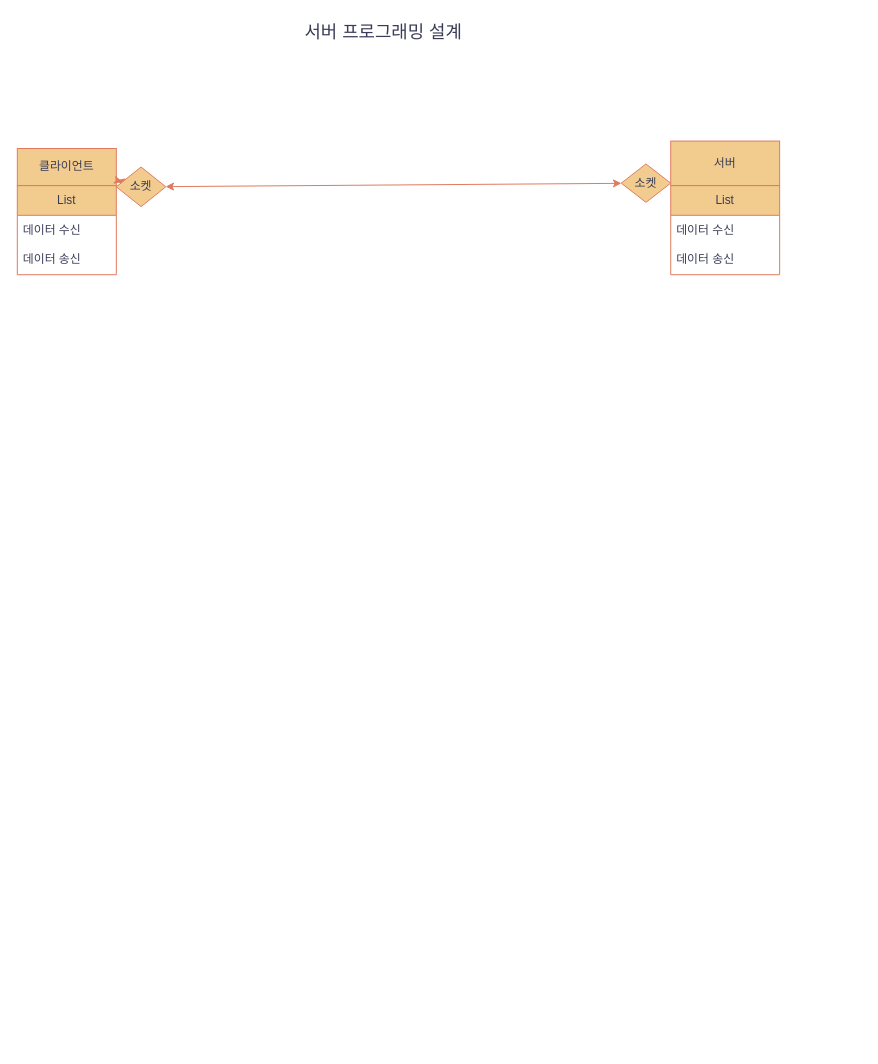
Before: Chat_Diagram.drawio in jh051777/chat, a draw.io diagram. Source tidied: cells renumbered, new cells numbered last; positions are measured from the earlier drawing's top-left corner, leaving out a move shared by most shapes. Both pictures are drawn from the tidied source at 99%, with x=0, y=0 at pixel (17, 17).
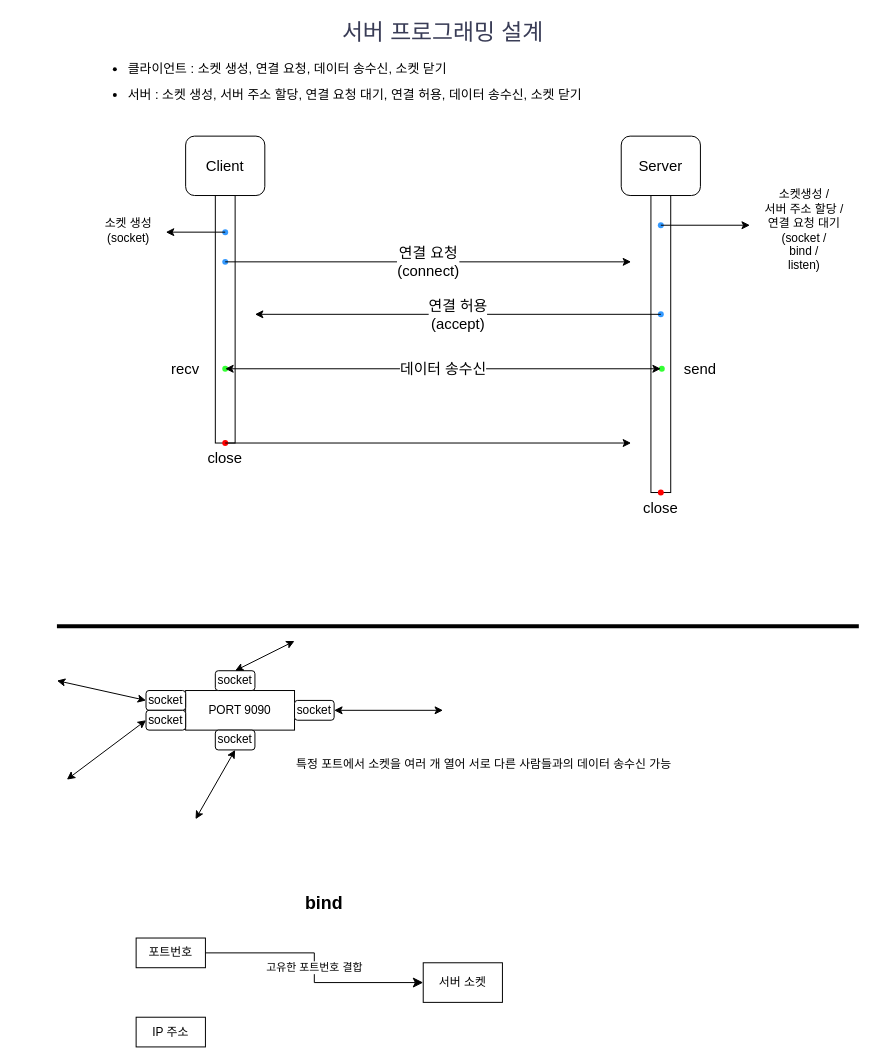
After the change.

What changed in the source:
```diff
@@
-    <mxCell id="2" value="&lt;font style=&quot;font-size: 18px;&quot;&gt;서버 프로그래밍 설계&lt;/font&gt;" style="text;strokeColor=none;align=center;fillColor=none;html=1;verticalAlign=middle;whiteSpace=wrap;rounded=0;labelBackgroundColor=none;fontColor=#393C56;" parent="1" vertex="1">
-      <mxGeometry x="270" width="200" height="30" as="geometry" />
+    <mxCell id="2" value="&lt;font style=&quot;font-size: 23px;&quot;&gt;서버 프로그래밍 설계&lt;/font&gt;" style="text;strokeColor=none;align=center;fillColor=none;html=1;verticalAlign=middle;whiteSpace=wrap;rounded=0;labelBackgroundColor=none;fontColor=#393C56;fontSize=23;" parent="1" vertex="1">
+      <mxGeometry x="270" width="320" height="30" as="geometry" />
     </mxCell>
-    <mxCell id="3" value="클라이언트" style="rounded=0;whiteSpace=wrap;html=1;labelBackgroundColor=none;fillColor=#F2CC8F;strokeColor=#E07A5F;fontColor=#393C56;" parent="1" vertex="1">
-      <mxGeometry y="132.5" width="100" height="37.5" as="geometry" />
-    </mxCell>
-    <mxCell id="4" style="endArrow=classic;startArrow=classic;html=1;rounded=0;fontColor=default;labelBackgroundColor=none;strokeColor=#E07A5F;" parent="1" edge="1" source="6" target="12">
-      <mxGeometry relative="1" as="geometry" />
-    </mxCell>
-    <mxCell id="5" style="endArrow=classic;startArrow=classic;html=1;rounded=0;fontColor=default;labelBackgroundColor=none;strokeColor=#E07A5F;" parent="1" edge="1" source="3" target="6">
-      <mxGeometry relative="1" as="geometry" />
-    </mxCell>
-    <mxCell id="6" value="소켓" style="rhombus;whiteSpace=wrap;html=1;labelBackgroundColor=none;fillColor=#F2CC8F;strokeColor=#E07A5F;fontColor=#393C56;" parent="1" vertex="1">
-      <mxGeometry x="100" y="151.2" width="50" height="40" as="geometry" />
-    </mxCell>
-    <mxCell id="7" value="List" style="swimlane;fontStyle=0;horizontal=1;startSize=30;whiteSpace=wrap;html=1;labelBackgroundColor=none;fillColor=#F2CC8F;strokeColor=#E07A5F;fontColor=#393C56;" parent="1" vertex="1">
-      <mxGeometry y="170" width="100" height="90" as="geometry" />
-    </mxCell>
-    <mxCell id="8" value="데이터 수신" style="text;strokeColor=none;fillColor=none;align=left;verticalAlign=middle;spacingLeft=4;spacingRight=4;overflow=hidden;whiteSpace=wrap;html=1;labelBackgroundColor=none;fontColor=#393C56;" parent="7" vertex="1">
-      <mxGeometry y="30" width="100" height="30" as="geometry" />
-    </mxCell>
-    <mxCell id="9" value="데이터 송신" style="text;strokeColor=none;fillColor=none;align=left;verticalAlign=middle;spacingLeft=4;spacingRight=4;overflow=hidden;whiteSpace=wrap;html=1;labelBackgroundColor=none;fontColor=#393C56;" parent="7" vertex="1">
-      <mxGeometry y="60" width="100" height="30" as="geometry" />
-    </mxCell>
-    <mxCell id="10" style="group;" parent="1" vertex="1">
-      <mxGeometry x="610" y="125" width="160" height="135" as="geometry" />
-    </mxCell>
-    <mxCell id="11" value="서버" style="whiteSpace=wrap;html=1;labelBackgroundColor=none;fillColor=#F2CC8F;strokeColor=#E07A5F;fontColor=#393C56;" parent="10" vertex="1">
-      <mxGeometry x="50" width="110" height="45" as="geometry" />
-    </mxCell>
-    <mxCell id="12" value="소켓" style="rhombus;whiteSpace=wrap;html=1;labelBackgroundColor=none;fillColor=#F2CC8F;strokeColor=#E07A5F;fontColor=#393C56;" parent="10" vertex="1">
-      <mxGeometry y="23.1" width="50" height="38.8" as="geometry" />
-    </mxCell>
-    <mxCell id="13" value="List" style="swimlane;fontStyle=0;horizontal=1;startSize=30;whiteSpace=wrap;html=1;labelBackgroundColor=none;fillColor=#F2CC8F;strokeColor=#E07A5F;fontColor=#393C56;" parent="10" vertex="1">
-      <mxGeometry x="50" y="45" width="110" height="90" as="geometry" />
-    </mxCell>
-    <mxCell id="14" value="데이터 수신" style="text;strokeColor=none;fillColor=none;align=left;verticalAlign=middle;spacingLeft=4;spacingRight=4;overflow=hidden;whiteSpace=wrap;html=1;labelBackgroundColor=none;fontColor=#393C56;" parent="13" vertex="1">
-      <mxGeometry y="30" width="110" height="30" as="geometry" />
-    </mxCell>
-    <mxCell id="15" value="데이터 송신" style="text;strokeColor=none;fillColor=none;align=left;verticalAlign=middle;spacingLeft=4;spacingRight=4;overflow=hidden;whiteSpace=wrap;html=1;labelBackgroundColor=none;fontColor=#393C56;" parent="13" vertex="1">
-      <mxGeometry y="60" width="110" height="30" as="geometry" />
-    </mxCell>
+    <mxCell id="16" style="group;fontSize=15;" parent="1" vertex="1">
+      <mxGeometry x="590" y="63" width="260" height="480" as="geometry" />
+    </mxCell>
+    <mxCell id="17" value="Server" style="rounded=1;whiteSpace=wrap;html=1;fontSize=15;" parent="16" vertex="1">
+      <mxGeometry x="20" y="57" width="80" height="60" as="geometry" />
+    </mxCell>
+    <mxCell id="18" style="rounded=0;whiteSpace=wrap;html=1;fontSize=15;" parent="16" vertex="1">
+      <mxGeometry x="50" y="117" width="20" height="300" as="geometry" />
+    </mxCell>
+    <mxCell id="19" style="shape=waypoint;sketch=0;fillStyle=solid;size=6;points=[];fillColor=#007FFF;perimeter=centerPerimeter;snapToPoint=1;strokeColor=#3399FF;fontSize=15;" parent="16" vertex="1">
+      <mxGeometry x="50" y="137" width="20" height="20" as="geometry" />
+    </mxCell>
+    <mxCell id="20" style="shape=waypoint;sketch=0;fillStyle=solid;size=6;points=[];fillColor=none;perimeter=centerPerimeter;snapToPoint=1;strokeColor=#3399FF;fontSize=15;" parent="16" vertex="1">
+      <mxGeometry x="50" y="227" width="20" height="20" as="geometry" />
+    </mxCell>
+    <mxCell id="21" style="shape=waypoint;sketch=0;fillStyle=solid;size=6;fillColor=none;perimeter=centerPerimeter;strokeColor=#33FF33;fontSize=15;" parent="16" vertex="1">
+      <mxGeometry x="51" y="282" width="20" height="20" as="geometry" />
+    </mxCell>
+    <mxCell id="22" value="send" style="text;html=1;align=center;verticalAlign=middle;whiteSpace=wrap;rounded=0;fontSize=15;" parent="16" vertex="1">
+      <mxGeometry x="70" y="277" width="60" height="30" as="geometry" />
+    </mxCell>
+    <mxCell id="23" style="shape=waypoint;sketch=0;fillStyle=solid;size=6;fillColor=none;perimeter=centerPerimeter;strokeColor=#FF0000;fontSize=15;" parent="16" vertex="1">
+      <mxGeometry x="50" y="407" width="20" height="20" as="geometry" />
+    </mxCell>
+    <mxCell id="24" value="close" style="text;html=1;align=center;verticalAlign=middle;whiteSpace=wrap;rounded=0;fontSize=15;" parent="16" vertex="1">
+      <mxGeometry x="30" y="417" width="60" height="30" as="geometry" />
+    </mxCell>
+    <mxCell id="25" value="Client" style="rounded=1;whiteSpace=wrap;html=1;fontSize=15;" parent="16" vertex="1">
+      <mxGeometry x="-420" y="57" width="80" height="60" as="geometry" />
+    </mxCell>
+    <mxCell id="26" style="rounded=0;whiteSpace=wrap;html=1;gradientColor=none;fontSize=15;" parent="16" vertex="1">
+      <mxGeometry x="-390" y="117" width="20" height="250" as="geometry" />
+    </mxCell>
+    <mxCell id="27" style="shape=waypoint;sketch=0;fillStyle=solid;size=6;fillColor=none;perimeter=centerPerimeter;strokeColor=#3399FF;fontSize=15;" parent="16" vertex="1">
+      <mxGeometry x="-390" y="174" width="20" height="20" as="geometry" />
+    </mxCell>
+    <mxCell id="28" style="shape=waypoint;sketch=0;fillStyle=solid;size=6;fillColor=none;perimeter=centerPerimeter;strokeColor=#33FF33;fontSize=15;" parent="16" vertex="1">
+      <mxGeometry x="-390" y="282" width="20" height="20" as="geometry" />
+    </mxCell>
+    <mxCell id="29" value="recv" style="text;html=1;align=center;verticalAlign=middle;whiteSpace=wrap;rounded=0;fontSize=15;" parent="16" vertex="1">
+      <mxGeometry x="-450" y="277" width="60" height="30" as="geometry" />
+    </mxCell>
+    <mxCell id="30" style="shape=waypoint;sketch=0;fillStyle=solid;size=6;fillColor=none;perimeter=centerPerimeter;strokeColor=#FF0000;fontSize=15;" parent="16" vertex="1">
+      <mxGeometry x="-390" y="357" width="20" height="20" as="geometry" />
+    </mxCell>
+    <mxCell id="31" value="close" style="text;html=1;align=center;verticalAlign=middle;whiteSpace=wrap;rounded=0;fontSize=15;" parent="16" vertex="1">
+      <mxGeometry x="-410" y="367" width="60" height="30" as="geometry" />
+    </mxCell>
+    <mxCell id="32" style="shape=waypoint;sketch=0;fillStyle=solid;size=6;points=[];fillColor=#007FFF;perimeter=centerPerimeter;snapToPoint=1;strokeColor=#3399FF;fontSize=15;" parent="16" vertex="1">
+      <mxGeometry x="-390" y="144" width="20" height="20" as="geometry" />
+    </mxCell>
+    <mxCell id="33" value="&lt;div style=&quot;font-size: 15px;&quot;&gt;연결 요청&lt;br style=&quot;font-size: 15px;&quot;&gt;&lt;/div&gt;&lt;div style=&quot;font-size: 15px;&quot;&gt;(connect)&lt;/div&gt;" style="endArrow=classic;html=1;rounded=0;exitX=0.45;exitY=0.65;exitDx=0;exitDy=0;exitPerimeter=0;fontSize=15;" parent="16" edge="1">
+      <mxGeometry relative="1" as="geometry">
+        <mxPoint x="-380" y="184" as="sourcePoint" />
+        <mxPoint x="30" y="184" as="targetPoint" />
+      </mxGeometry>
+    </mxCell>
+    <mxCell id="34" value="연결 허용&lt;div style=&quot;font-size: 15px;&quot;&gt;(accept)&lt;/div&gt;" style="endArrow=classic;html=1;rounded=0;exitX=0.5;exitY=0.55;exitDx=0;exitDy=0;exitPerimeter=0;fontSize=15;" parent="16" edge="1" source="20">
+      <mxGeometry relative="1" as="geometry">
+        <mxPoint x="-350" y="237" as="targetPoint" />
+      </mxGeometry>
+    </mxCell>
+    <mxCell id="35" value="데이터 송수신" style="endArrow=classic;startArrow=classic;html=1;rounded=0;entryX=0.6;entryY=0.45;entryDx=0;entryDy=0;entryPerimeter=0;exitX=0.45;exitY=0.5;exitDx=0;exitDy=0;exitPerimeter=0;fontSize=15;" parent="16" edge="1">
+      <mxGeometry relative="1" as="geometry">
+        <mxPoint x="60" y="292" as="sourcePoint" />
+        <mxPoint x="-380" y="292" as="targetPoint" />
+      </mxGeometry>
+    </mxCell>
+    <mxCell id="36" style="endArrow=classic;html=1;rounded=0;exitX=0.45;exitY=0.7;exitDx=0;exitDy=0;exitPerimeter=0;fontSize=15;" parent="16" edge="1" source="19">
+      <mxGeometry relative="1" as="geometry">
+        <mxPoint x="150" y="147" as="targetPoint" />
+      </mxGeometry>
+    </mxCell>
+    <mxCell id="37" value="&lt;div style=&quot;font-size: 12px;&quot;&gt;소켓생성 /&lt;/div&gt;&lt;div style=&quot;font-size: 12px;&quot;&gt;서버 주소 할당 /&lt;/div&gt;&lt;div style=&quot;font-size: 12px;&quot;&gt;연결 요청 대기&lt;/div&gt;(socket /&lt;div style=&quot;font-size: 12px;&quot;&gt;bind /&lt;/div&gt;&lt;div style=&quot;font-size: 12px;&quot;&gt;listen)&lt;/div&gt;" style="text;html=1;align=center;verticalAlign=middle;whiteSpace=wrap;rounded=0;fontSize=12;" parent="16" vertex="1">
+      <mxGeometry x="150" y="137" width="110" height="30" as="geometry" />
+    </mxCell>
+    <mxCell id="38" style="endArrow=classic;html=1;rounded=0;exitX=0.5;exitY=0;exitDx=0;exitDy=0;fontSize=15;" parent="16" edge="1">
+      <mxGeometry relative="1" as="geometry">
+        <mxPoint x="-380" y="367" as="sourcePoint" />
+        <mxPoint x="30" y="367" as="targetPoint" />
+      </mxGeometry>
+    </mxCell>
+    <mxCell id="39" value="&lt;div style=&quot;font-size: 12px;&quot;&gt;소켓 생성&lt;/div&gt;(socket)" style="text;html=1;align=center;verticalAlign=middle;whiteSpace=wrap;rounded=0;fontSize=12;" parent="16" vertex="1">
+      <mxGeometry x="-520" y="137" width="85" height="30" as="geometry" />
+    </mxCell>
+    <mxCell id="40" style="endArrow=classic;html=1;rounded=0;exitX=0.429;exitY=0.434;exitDx=0;exitDy=0;exitPerimeter=0;" parent="16" edge="1" source="32">
+      <mxGeometry relative="1" as="geometry">
+        <mxPoint x="-440" y="154" as="targetPoint" />
+      </mxGeometry>
+    </mxCell>
+    <mxCell id="41" value="&lt;ul style=&quot;line-height: 200%; font-size: 13px;&quot;&gt;&lt;li&gt;클라이언트 : 소켓 생성, 연결 요청, 데이터 송수신, 소켓 닫기&lt;/li&gt;&lt;li&gt;서버 : 소켓 생성, 서버 주소 할당, 연결 요청 대기, 연결 허용, 데이터 송수신, 소켓 닫기&lt;/li&gt;&lt;/ul&gt;" style="text;html=1;align=left;verticalAlign=middle;whiteSpace=wrap;rounded=0;" parent="1" vertex="1">
+      <mxGeometry x="70" y="50" width="580" height="30" as="geometry" />
+    </mxCell>
+    <mxCell id="42" value="서버 소켓" style="rounded=0;whiteSpace=wrap;html=1;" parent="1" vertex="1">
+      <mxGeometry x="410" y="955" width="80" height="40" as="geometry" />
+    </mxCell>
+    <mxCell id="43" style="line;strokeWidth=4;html=1;perimeter=backbonePerimeter;" parent="1" vertex="1">
+      <mxGeometry x="40" y="610" width="810" height="10" as="geometry" />
+    </mxCell>
+    <mxCell id="44" value="포트번호" style="rounded=0;whiteSpace=wrap;html=1;" parent="1" vertex="1">
+      <mxGeometry x="120" y="930" width="70" height="30" as="geometry" />
+    </mxCell>
+    <mxCell id="45" value="IP 주소" style="rounded=0;whiteSpace=wrap;html=1;" parent="1" vertex="1">
+      <mxGeometry x="120" y="1010" width="70" height="30" as="geometry" />
+    </mxCell>
+    <mxCell id="46" value="bind" style="text;html=1;align=center;verticalAlign=middle;whiteSpace=wrap;rounded=0;fontStyle=1;fontSize=18;" parent="1" vertex="1">
+      <mxGeometry x="280" y="880" width="60" height="30" as="geometry" />
+    </mxCell>
+    <mxCell id="47" value="고유한 포트번호 결합" style="edgeStyle=elbowEdgeStyle;elbow=horizontal;endArrow=classic;html=1;curved=0;rounded=0;endSize=8;startSize=8;exitX=1;exitY=0.5;exitDx=0;exitDy=0;entryX=0;entryY=0.5;entryDx=0;entryDy=0;" parent="1" edge="1" source="44" target="42">
+      <mxGeometry relative="1" as="geometry">
+        <Array as="points">
+          <mxPoint x="300" y="960" />
+        </Array>
+      </mxGeometry>
+    </mxCell>
+    <mxCell id="48" value="&lt;div&gt;PORT 9090&lt;/div&gt;" style="rounded=0;whiteSpace=wrap;html=1;" parent="1" vertex="1">
+      <mxGeometry x="170" y="680" width="110" height="40" as="geometry" />
+    </mxCell>
+    <mxCell id="49" value="socket" style="rounded=1;whiteSpace=wrap;html=1;" parent="1" vertex="1">
+      <mxGeometry x="130" y="680" width="40" height="20" as="geometry" />
+    </mxCell>
+    <mxCell id="50" value="socket" style="rounded=1;whiteSpace=wrap;html=1;" parent="1" vertex="1">
+      <mxGeometry x="280" y="690" width="40" height="20" as="geometry" />
+    </mxCell>
+    <mxCell id="51" value="socket" style="rounded=1;whiteSpace=wrap;html=1;" parent="1" vertex="1">
+      <mxGeometry x="200" y="660" width="40" height="20" as="geometry" />
+    </mxCell>
+    <mxCell id="52" value="socket" style="rounded=1;whiteSpace=wrap;html=1;" parent="1" vertex="1">
+      <mxGeometry x="130" y="700" width="40" height="20" as="geometry" />
+    </mxCell>
+    <mxCell id="53" value="socket" style="rounded=1;whiteSpace=wrap;html=1;" parent="1" vertex="1">
+      <mxGeometry x="200" y="720" width="40" height="20" as="geometry" />
+    </mxCell>
+    <mxCell id="54" style="endArrow=classic;startArrow=classic;html=1;rounded=0;entryX=0;entryY=0.5;entryDx=0;entryDy=0;" parent="1" edge="1" target="49">
+      <mxGeometry relative="1" as="geometry">
+        <mxPoint x="40" y="670" as="sourcePoint" />
+      </mxGeometry>
+    </mxCell>
+    <mxCell id="55" style="endArrow=classic;startArrow=classic;html=1;rounded=0;exitX=1;exitY=0.5;exitDx=0;exitDy=0;" parent="1" edge="1" source="50">
+      <mxGeometry relative="1" as="geometry">
+        <mxPoint x="430" y="700" as="targetPoint" />
+      </mxGeometry>
+    </mxCell>
+    <mxCell id="56" style="endArrow=classic;startArrow=classic;html=1;rounded=0;entryX=0.5;entryY=1;entryDx=0;entryDy=0;" parent="1" edge="1" target="53">
+      <mxGeometry relative="1" as="geometry">
+        <mxPoint x="180" y="810" as="sourcePoint" />
+      </mxGeometry>
+    </mxCell>
+    <mxCell id="57" style="endArrow=classic;startArrow=classic;html=1;rounded=0;exitX=0.5;exitY=0;exitDx=0;exitDy=0;" parent="1" edge="1" source="51">
+      <mxGeometry relative="1" as="geometry">
+        <mxPoint x="280" y="630" as="targetPoint" />
+      </mxGeometry>
+    </mxCell>
+    <mxCell id="58" style="endArrow=classic;startArrow=classic;html=1;rounded=0;entryX=0;entryY=0.5;entryDx=0;entryDy=0;" parent="1" edge="1" target="52">
+      <mxGeometry relative="1" as="geometry">
+        <mxPoint x="50" y="770" as="sourcePoint" />
+      </mxGeometry>
+    </mxCell>
+    <mxCell id="59" value="특정 포트에서 소켓을 여러 개 열어 서로 다른 사람들과의 데이터 송수신 가능" style="text;html=1;align=left;verticalAlign=middle;whiteSpace=wrap;rounded=0;" parent="1" vertex="1">
+      <mxGeometry x="280" y="740" width="420" height="30" as="geometry" />
+    </mxCell>
```
